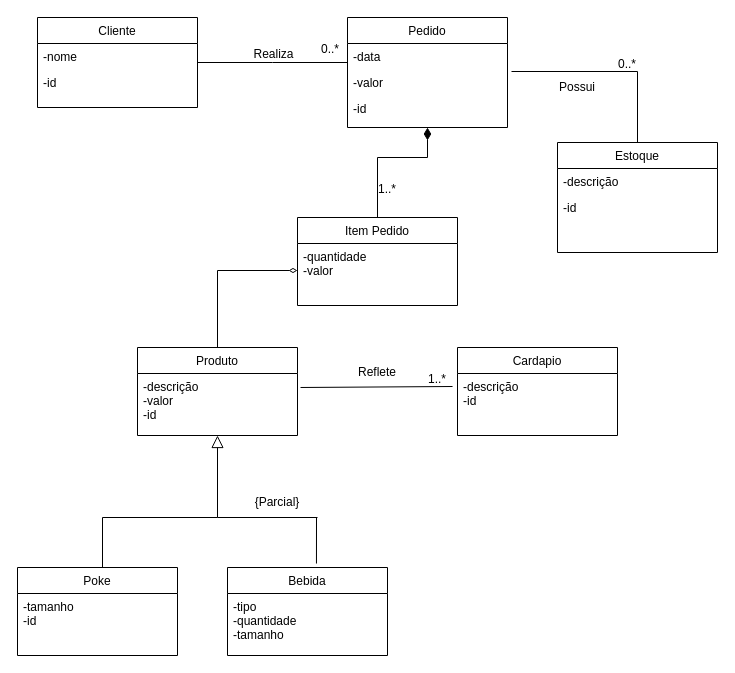
Above: Diagrama sem nome.drawio in Vih2/Engenharia-de-Requisitos (draw.io), before the change. Source tidied: cells renumbered, new cells numbered last; positions are measured from the earlier drawing's top-left corner, leaving out a move shared by most shapes. Both pictures are drawn from the tidied source at 100%, with x=0, y=0 at pixel (17, 17).
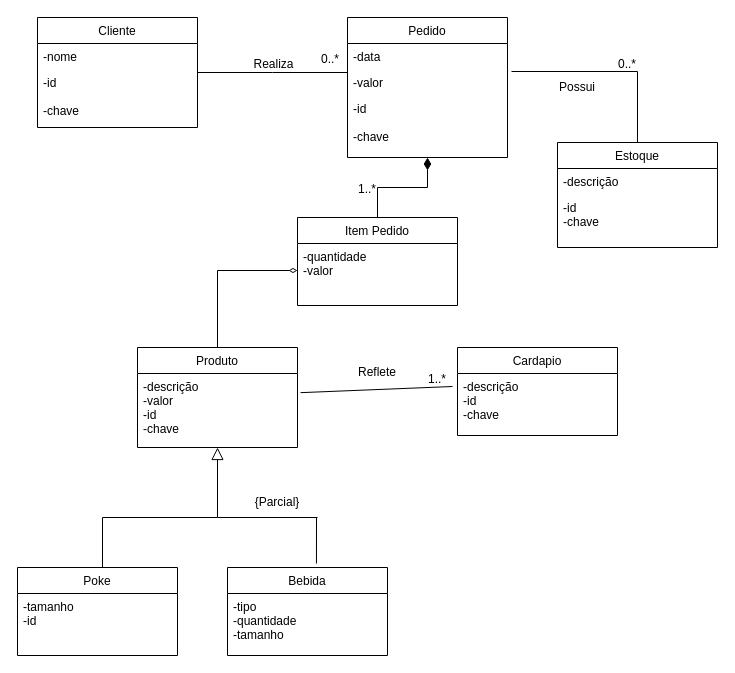
The same diagram, later.

Unchanged cells that the change refers to:
```xml
<mxCell id="5" value="Item Pedido" style="swimlane;fontStyle=0;align=center;verticalAlign=top;horizontal=1;startSize=26;rounded=0;shadow=0;strokeWidth=1;" parent="1" vertex="1">
  <mxGeometry x="280" y="200" width="160" height="88" as="geometry" />
</mxCell>
<mxCell id="25" value="Cardapio" style="swimlane;fontStyle=0;align=center;verticalAlign=top;horizontal=1;startSize=26;rounded=0;shadow=0;strokeWidth=1;" parent="1" vertex="1">
  <mxGeometry x="440" y="330" width="160" height="88" as="geometry" />
</mxCell>
```

Diff of the diagram source:
```diff
@@
     <mxCell id="2" value="Cliente" style="swimlane;fontStyle=0;align=center;verticalAlign=top;horizontal=1;startSize=26;rounded=0;shadow=0;strokeWidth=1;" parent="1" vertex="1">
-      <mxGeometry x="20" width="160" height="90" as="geometry" />
+      <mxGeometry x="20" width="160" height="110" as="geometry" />
     </mxCell>
@@
-    <mxCell id="4" value="-id" style="text;align=left;verticalAlign=top;spacingLeft=4;spacingRight=4;overflow=hidden;rounded=0;shadow=0;html=0;" parent="2" vertex="1">
-      <mxGeometry y="52" width="160" height="26" as="geometry" />
+    <mxCell id="4" value="-id&#10;&#10;-chave" style="text;align=left;verticalAlign=top;spacingLeft=4;spacingRight=4;overflow=hidden;rounded=0;shadow=0;html=0;" parent="2" vertex="1">
+      <mxGeometry y="52" width="160" height="58" as="geometry" />
     </mxCell>
@@
-    <mxCell id="6" value="-quantidade&#10;-valor" style="text;align=left;verticalAlign=top;spacingLeft=4;spacingRight=4;overflow=hidden;points=[[0,0.5],[1,0.5]];portConstraint=eastwest;" parent="5" vertex="1">
+    <mxCell id="6" value="-quantidade&#10;-valor&#10;&#10;" style="text;align=left;verticalAlign=top;spacingLeft=4;spacingRight=4;overflow=hidden;points=[[0,0.5],[1,0.5]];portConstraint=eastwest;" parent="5" vertex="1">
       <mxGeometry y="26" width="160" height="54" as="geometry" />
     </mxCell>
-    <mxCell id="7" style="endArrow=diamondThin;endSize=10;endFill=1;shadow=0;strokeWidth=1;rounded=0;curved=0;edgeStyle=elbowEdgeStyle;elbow=vertical;entryX=0.5;entryY=1;entryDx=0;entryDy=0;" parent="1" edge="1" source="5" target="8">
+    <mxCell id="7" style="endArrow=diamondThin;endSize=10;endFill=1;shadow=0;strokeWidth=1;rounded=0;curved=0;edgeStyle=elbowEdgeStyle;elbow=vertical;entryX=0.5;entryY=1;entryDx=0;entryDy=0;entryPerimeter=0;" parent="1" edge="1" source="5" target="11">
       <mxGeometry relative="1" as="geometry">
         <Array as="points">
+          <mxPoint x="360" y="170" />
           <mxPoint x="490" y="140" />
         </Array>
       </mxGeometry>
     </mxCell>
     <mxCell id="8" value="Pedido" style="swimlane;fontStyle=0;align=center;verticalAlign=top;horizontal=1;startSize=26;rounded=0;shadow=0;strokeWidth=1;" parent="1" vertex="1">
-      <mxGeometry x="330" width="160" height="110" as="geometry" />
+      <mxGeometry x="330" width="160" height="140" as="geometry" />
     </mxCell>
@@
-    <mxCell id="11" value="-id" style="text;align=left;verticalAlign=top;spacingLeft=4;spacingRight=4;overflow=hidden;points=[[0,0.5],[1,0.5]];portConstraint=eastwest;rounded=0;shadow=0;html=0;" parent="8" vertex="1">
-      <mxGeometry y="78" width="160" height="26" as="geometry" />
+    <mxCell id="11" value="-id&#10;&#10;-chave&#10;" style="text;align=left;verticalAlign=top;spacingLeft=4;spacingRight=4;overflow=hidden;points=[[0,0.5],[1,0.5]];portConstraint=eastwest;rounded=0;shadow=0;html=0;" parent="8" vertex="1">
+      <mxGeometry y="78" width="160" height="62" as="geometry" />
     </mxCell>
@@
     <mxCell id="15" value="Produto" style="swimlane;fontStyle=0;align=center;verticalAlign=top;horizontal=1;startSize=26;rounded=0;shadow=0;strokeWidth=1;" parent="1" vertex="1">
-      <mxGeometry x="120" y="330" width="160" height="88" as="geometry" />
+      <mxGeometry x="120" y="330" width="160" height="100" as="geometry" />
     </mxCell>
-    <mxCell id="16" value="-descrição&#10;-valor&#10;-id" style="text;align=left;verticalAlign=top;spacingLeft=4;spacingRight=4;overflow=hidden;points=[[0,0.5],[1,0.5]];portConstraint=eastwest;" parent="15" vertex="1">
-      <mxGeometry y="26" width="160" height="54" as="geometry" />
+    <mxCell id="16" value="-descrição&#10;-valor&#10;-id&#10;-chave&#10;" style="text;align=left;verticalAlign=top;spacingLeft=4;spacingRight=4;overflow=hidden;points=[[0,0.5],[1,0.5]];portConstraint=eastwest;" parent="15" vertex="1">
+      <mxGeometry y="26" width="160" height="74" as="geometry" />
     </mxCell>
@@
-    <mxCell id="26" value="-descrição&#10;-id" style="text;align=left;verticalAlign=top;spacingLeft=4;spacingRight=4;overflow=hidden;points=[[0,0.5],[1,0.5]];portConstraint=eastwest;" parent="25" vertex="1">
+    <mxCell id="26" value="-descrição&#10;-id&#10;-chave&#10;" style="text;align=left;verticalAlign=top;spacingLeft=4;spacingRight=4;overflow=hidden;points=[[0,0.5],[1,0.5]];portConstraint=eastwest;" parent="25" vertex="1">
       <mxGeometry y="26" width="160" height="54" as="geometry" />
     </mxCell>
@@
     <mxCell id="28" value="1..*" style="align=right;verticalAlign=bottom;labelBackgroundColor=none;fontSize=12;" parent="1" vertex="1">
-      <mxGeometry x="380" y="180" as="geometry" />
+      <mxGeometry x="360" y="180" as="geometry" />
     </mxCell>
     <mxCell id="29" value="Estoque" style="swimlane;fontStyle=0;align=center;verticalAlign=top;horizontal=1;startSize=26;rounded=0;shadow=0;strokeWidth=1;" parent="1" vertex="1">
-      <mxGeometry x="540" y="125" width="160" height="110" as="geometry" />
+      <mxGeometry x="540" y="125" width="160" height="105" as="geometry" />
     </mxCell>
@@
-    <mxCell id="31" value="-id" style="text;align=left;verticalAlign=top;spacingLeft=4;spacingRight=4;overflow=hidden;rounded=0;shadow=0;html=0;" parent="29" vertex="1">
-      <mxGeometry y="52" width="160" height="26" as="geometry" />
+    <mxCell id="31" value="-id&#10;-chave&#10;" style="text;align=left;verticalAlign=top;spacingLeft=4;spacingRight=4;overflow=hidden;rounded=0;shadow=0;html=0;" parent="29" vertex="1">
+      <mxGeometry y="52" width="160" height="48" as="geometry" />
     </mxCell>
```
